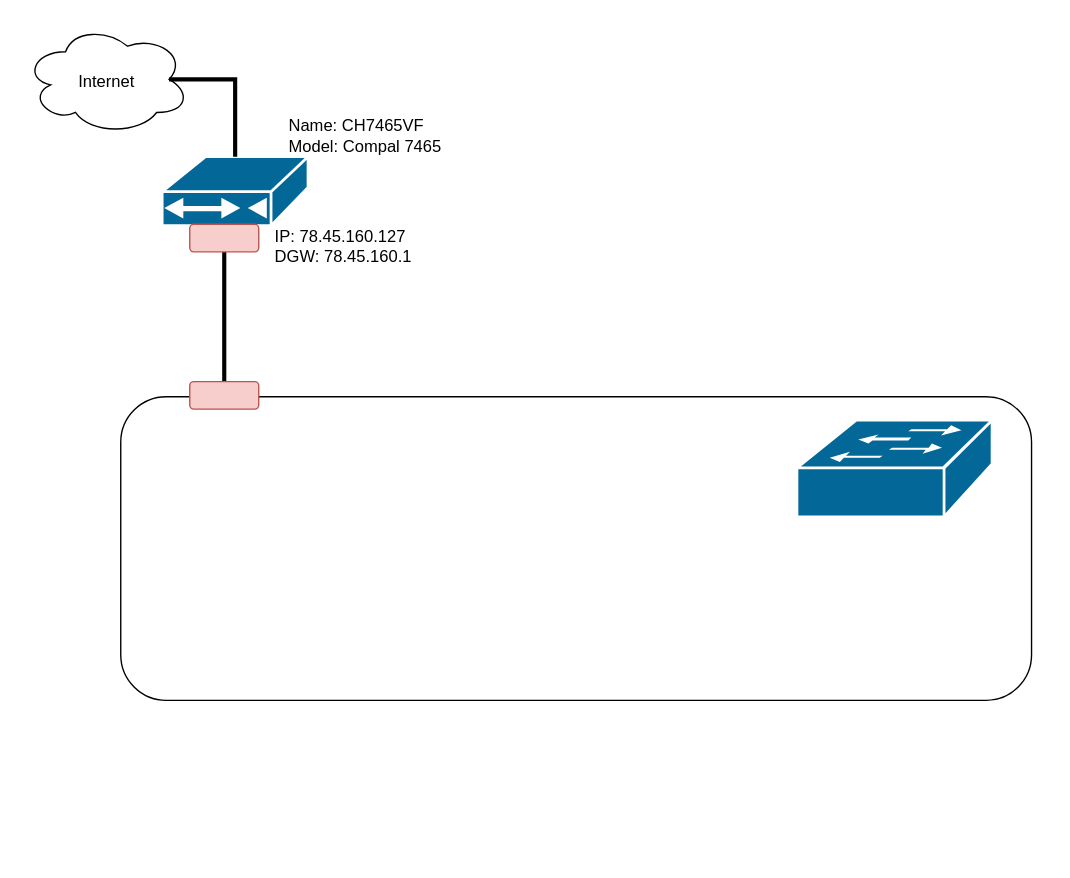
Earlier version of the draw.io diagram Untitled Diagram.drawio (jax2k/az104). Source tidied: cells renumbered, new cells numbered last; positions are measured from the earlier drawing's top-left corner, leaving out a move shared by most shapes. Both pictures are drawn from the tidied source at 138%, with x=0, y=0 at pixel (23, 23).
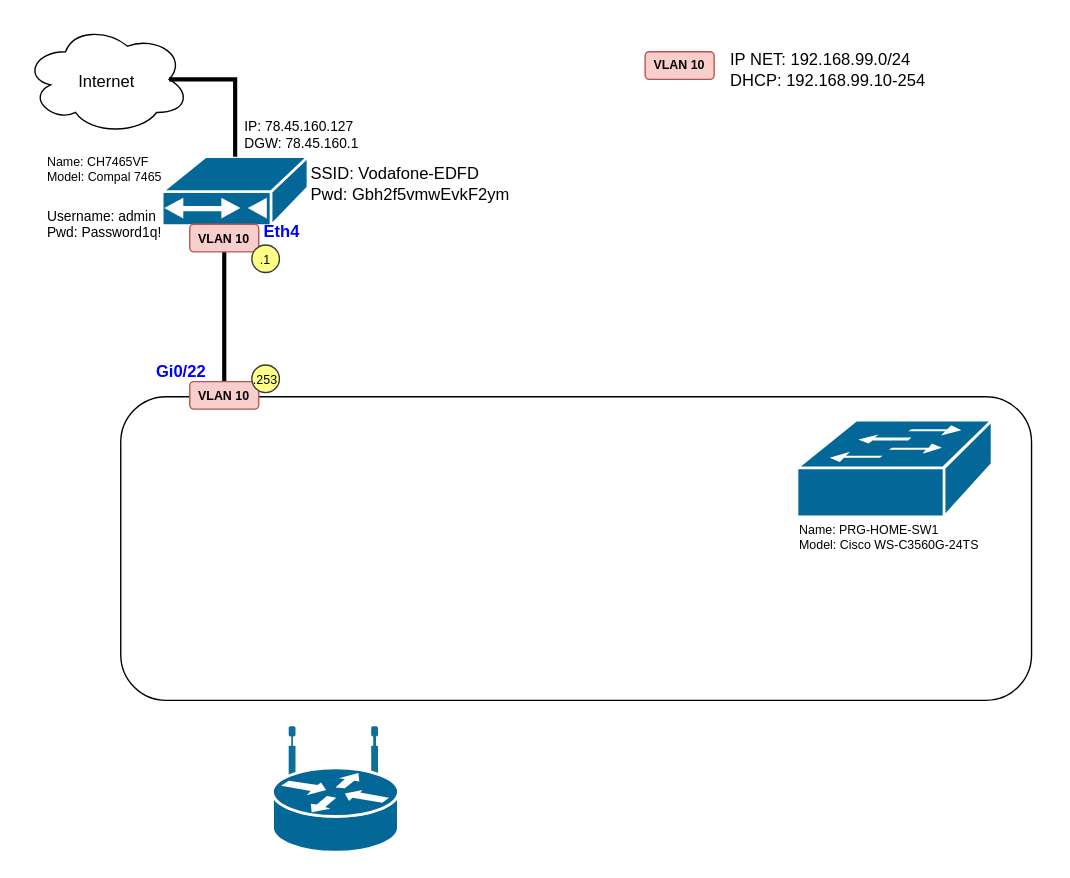
Above is the later version.

Change to the diagram source:
```diff
@@
-    <mxCell id="6" style="rounded=1;whiteSpace=wrap;html=1;fillColor=#f8cecc;strokeColor=#b85450;" parent="1" vertex="1">
+    <mxCell id="6" value="&lt;span style=&quot;font-size: 9px; font-weight: 700;&quot;&gt;VLAN 10&lt;/span&gt;" style="rounded=1;whiteSpace=wrap;html=1;fillColor=#f8cecc;strokeColor=#b85450;" parent="1" vertex="1">
       <mxGeometry x="120" y="145" width="50" height="20" as="geometry" />
     </mxCell>
-    <mxCell id="7" style="rounded=1;whiteSpace=wrap;html=1;fillColor=#f8cecc;strokeColor=#b85450;" parent="1" vertex="1">
+    <mxCell id="7" value="&lt;span style=&quot;font-size: 9px; font-weight: 700;&quot;&gt;VLAN 10&lt;/span&gt;" style="rounded=1;whiteSpace=wrap;html=1;fillColor=#f8cecc;strokeColor=#b85450;" parent="1" vertex="1">
       <mxGeometry x="120" y="259" width="50" height="20" as="geometry" />
     </mxCell>
-    <mxCell id="8" value="Name: CH7465VF&lt;div&gt;Model: Compal 7465&lt;/div&gt;" style="text;html=1;align=left;verticalAlign=middle;whiteSpace=wrap;rounded=0;" parent="1" vertex="1">
-      <mxGeometry x="190" y="66" width="150" height="30" as="geometry" />
+    <mxCell id="8" value="Name: CH7465VF&lt;div&gt;Model: Compal 7465&lt;/div&gt;" style="text;html=1;align=left;verticalAlign=middle;whiteSpace=wrap;rounded=0;fontSize=9;" parent="1" vertex="1">
+      <mxGeometry x="15" y="90" width="90" height="30" as="geometry" />
     </mxCell>
-    <mxCell id="9" value="IP: 78.45.160.127&lt;div&gt;DGW:&amp;nbsp;&lt;span style=&quot;background-color: transparent; color: light-dark(rgb(0, 0, 0), rgb(255, 255, 255));&quot;&gt;78.45.160.1&lt;/span&gt;&lt;/div&gt;" style="text;html=1;align=left;verticalAlign=middle;whiteSpace=wrap;rounded=0;" parent="1" vertex="1">
-      <mxGeometry x="180" y="146" width="150" height="30" as="geometry" />
+    <mxCell id="9" value="IP: 78.45.160.127&lt;div&gt;DGW:&amp;nbsp;&lt;span style=&quot;background-color: transparent; color: light-dark(rgb(0, 0, 0), rgb(255, 255, 255));&quot;&gt;78.45.160.1&lt;/span&gt;&lt;/div&gt;" style="text;html=1;align=left;verticalAlign=middle;whiteSpace=wrap;rounded=0;fontSize=10;" parent="1" vertex="1">
+      <mxGeometry x="158" y="65" width="150" height="30" as="geometry" />
     </mxCell>
@@
+    <mxCell id="13" value="SSID:&amp;nbsp;Vodafone-EDFD&lt;br&gt;&lt;div&gt;Pwd:&amp;nbsp;&lt;span style=&quot;background-color: transparent;&quot;&gt;Gbh2f5vmwEvkF2ym&lt;/span&gt;&lt;/div&gt;" style="text;html=1;align=left;verticalAlign=middle;whiteSpace=wrap;rounded=0;" parent="1" vertex="1">
+      <mxGeometry x="205.7" y="101" width="150" height="30" as="geometry" />
+    </mxCell>
+    <mxCell id="14" value="Username:&amp;nbsp;admin&lt;br&gt;&lt;div&gt;Pwd:&amp;nbsp;&lt;span style=&quot;background-color: transparent;&quot;&gt;Password1q!&lt;/span&gt;&lt;/div&gt;" style="text;html=1;align=left;verticalAlign=middle;whiteSpace=wrap;rounded=0;fontSize=10;" parent="1" vertex="1">
+      <mxGeometry x="15" y="130" width="85" height="30" as="geometry" />
+    </mxCell>
+    <mxCell id="15" value="IP NET: 192.168.99.0/24&lt;div&gt;DHCP:&amp;nbsp;&lt;span style=&quot;background-color: transparent; color: light-dark(rgb(0, 0, 0), rgb(255, 255, 255));&quot;&gt;192.168.99.10-254&lt;/span&gt;&lt;/div&gt;" style="text;html=1;align=left;verticalAlign=middle;whiteSpace=wrap;rounded=0;" parent="1" vertex="1">
+      <mxGeometry x="510" y="18" width="150" height="30" as="geometry" />
+    </mxCell>
+    <mxCell id="16" value="VLAN 10" style="rounded=1;whiteSpace=wrap;html=1;fillColor=#f8cecc;strokeColor=#b85450;fontSize=9;fontStyle=1;" parent="1" vertex="1">
+      <mxGeometry x="450" y="20" width="50" height="20" as="geometry" />
+    </mxCell>
+    <mxCell id="17" value="&lt;font style=&quot;font-size: 9px;&quot;&gt;.1&lt;/font&gt;" style="ellipse;whiteSpace=wrap;html=1;fillColor=#ffff88;strokeColor=#36393d;" parent="1" vertex="1">
+      <mxGeometry x="165" y="160" width="20" height="20" as="geometry" />
+    </mxCell>
+    <mxCell id="18" value="&lt;font style=&quot;font-size: 9px;&quot;&gt;.253&lt;/font&gt;" style="ellipse;whiteSpace=wrap;html=1;fillColor=#ffff88;strokeColor=#36393d;" parent="1" vertex="1">
+      <mxGeometry x="165" y="247" width="20" height="20" as="geometry" />
+    </mxCell>
+    <mxCell id="19" value="Eth4" style="text;html=1;align=center;verticalAlign=middle;whiteSpace=wrap;rounded=0;fontStyle=1;fontColor=#0000FF;" parent="1" vertex="1">
+      <mxGeometry x="162" y="141" width="50" height="20" as="geometry" />
+    </mxCell>
+    <mxCell id="20" value="Gi0/22" style="text;html=1;align=center;verticalAlign=middle;whiteSpace=wrap;rounded=0;fontStyle=1;fontColor=#0000FF;" parent="1" vertex="1">
+      <mxGeometry x="89" y="242" width="50" height="20" as="geometry" />
+    </mxCell>
+    <mxCell id="21" value="Name: PRG-HOME-SW1&lt;div&gt;Model:&amp;nbsp;&lt;span style=&quot;background-color: transparent; color: light-dark(rgb(0, 0, 0), rgb(255, 255, 255));&quot;&gt;Cisco WS-C3560G-24TS&lt;/span&gt;&lt;/div&gt;" style="text;html=1;align=left;verticalAlign=middle;whiteSpace=wrap;rounded=0;fontSize=9;" parent="1" vertex="1">
+      <mxGeometry x="560" y="357" width="180" height="30" as="geometry" />
+    </mxCell>
+    <mxCell id="22" style="shape=mxgraph.cisco.routers.wireless_router;sketch=0;html=1;dashed=0;fillColor=#036897;strokeColor=#ffffff;strokeWidth=2;verticalLabelPosition=bottom;verticalAlign=top;align=center;" parent="1" vertex="1">
+      <mxGeometry x="180" y="510" width="91.2" height="90" as="geometry" />
+    </mxCell>
```
